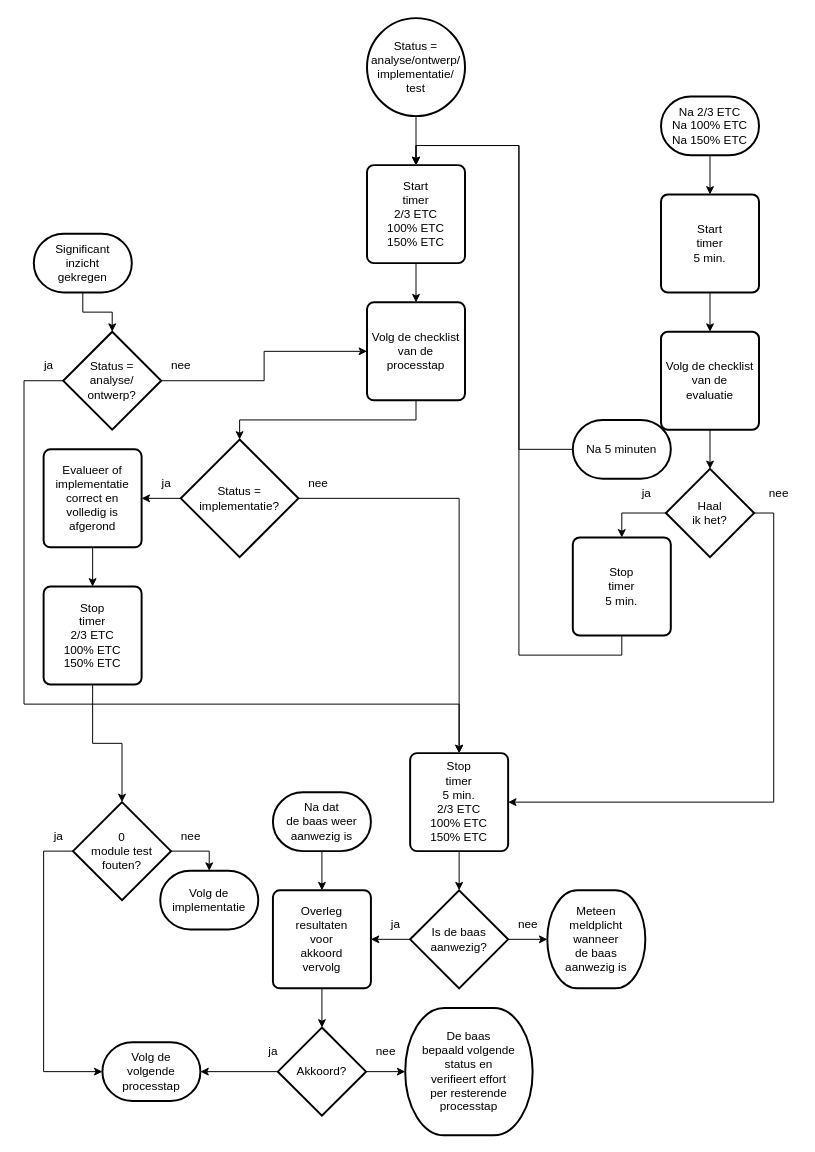
Earlier version of the draw.io diagram 2 Issue Tracker tijdtriggers.drawio (Zaibatsu89/IssueTracker). Source tidied: cells renumbered, new cells numbered last; positions are measured from the earlier drawing's top-left corner, leaving out a move shared by most shapes. Both pictures are drawn from the tidied source at 98%, with x=0, y=0 at pixel (24, 18).
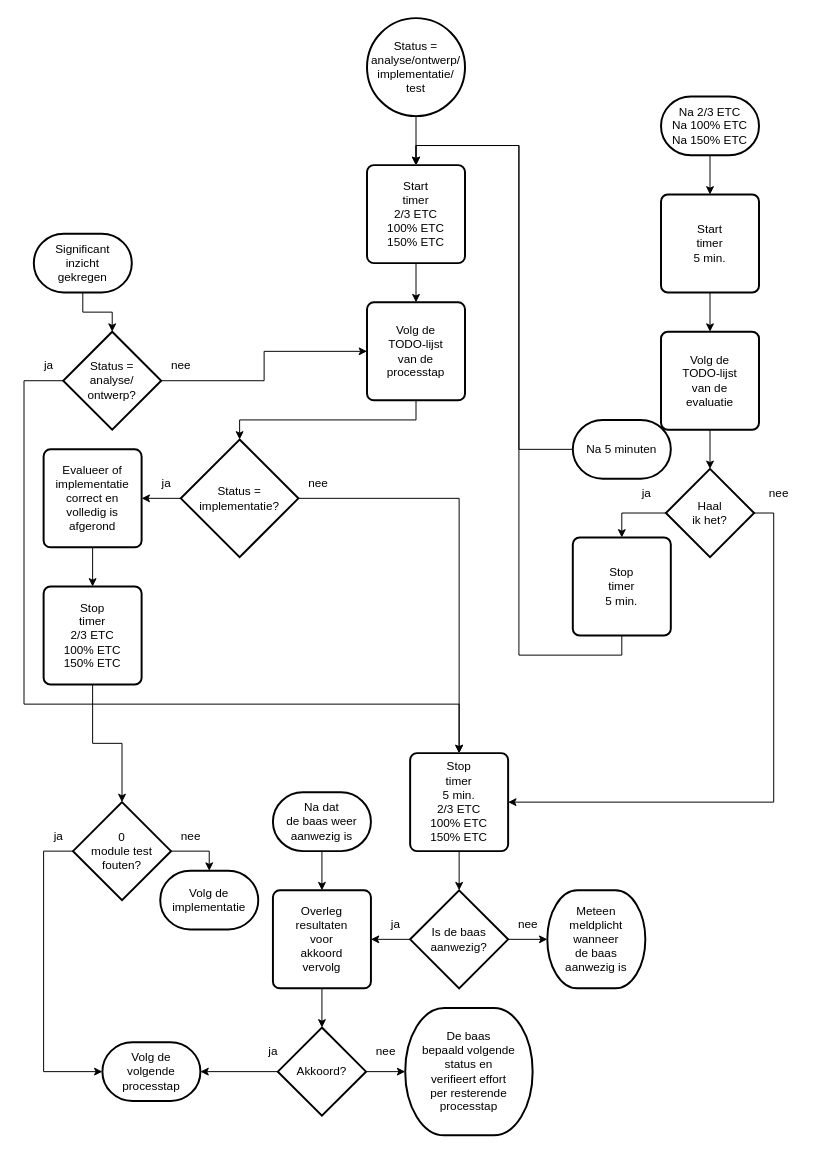
The same page after the edit.

What changed in the source:
```diff
@@
-    <mxCell id="6" value="Volg de checklist&lt;br&gt;van de&lt;br&gt;processtap" style="rounded=1;whiteSpace=wrap;html=1;absoluteArcSize=1;arcSize=14;strokeWidth=2;" parent="1" vertex="1">
+    <mxCell id="6" value="Volg de&lt;br&gt;TODO-lijst&lt;br&gt;van de&lt;br&gt;processtap" style="rounded=1;whiteSpace=wrap;html=1;absoluteArcSize=1;arcSize=14;strokeWidth=2;" parent="1" vertex="1">
       <mxGeometry x="350" y="290" width="100" height="100" as="geometry" />
     </mxCell>
@@
-    <mxCell id="15" value="Volg de checklist&lt;br&gt;van de&lt;br&gt;evaluatie" style="rounded=1;whiteSpace=wrap;html=1;absoluteArcSize=1;arcSize=14;strokeWidth=2;" parent="1" vertex="1">
+    <mxCell id="15" value="Volg de&lt;br&gt;TODO-lijst&lt;br&gt;van de&lt;br&gt;evaluatie" style="rounded=1;whiteSpace=wrap;html=1;absoluteArcSize=1;arcSize=14;strokeWidth=2;" parent="1" vertex="1">
       <mxGeometry x="650" y="320" width="100" height="100" as="geometry" />
     </mxCell>
```
